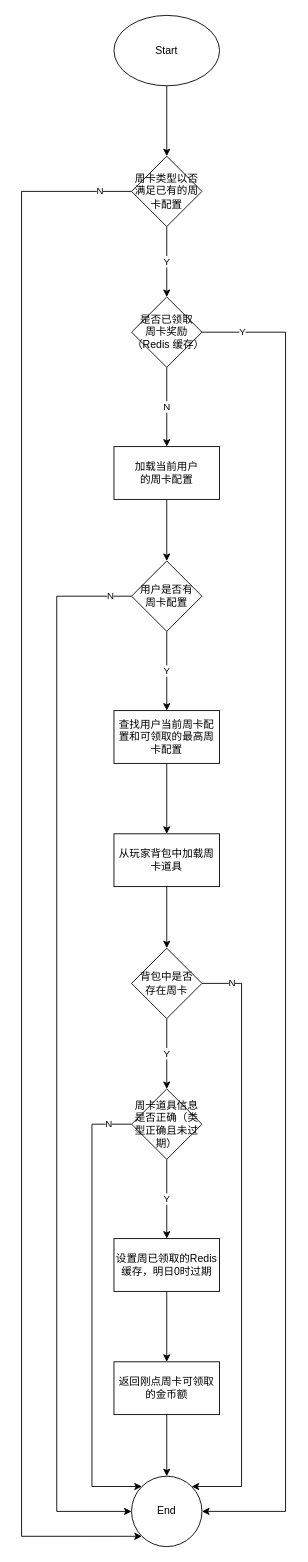
Above: week_card_acquired_reward.drawio in kidozhaoz/drawio-libs (draw.io), before the change. Source tidied: cells renumbered, new cells numbered last; positions are measured from the earlier drawing's top-left corner, leaving out a move shared by most shapes. Both pictures are drawn from the tidied source at 88%, with x=0, y=0 at pixel (21, 15).
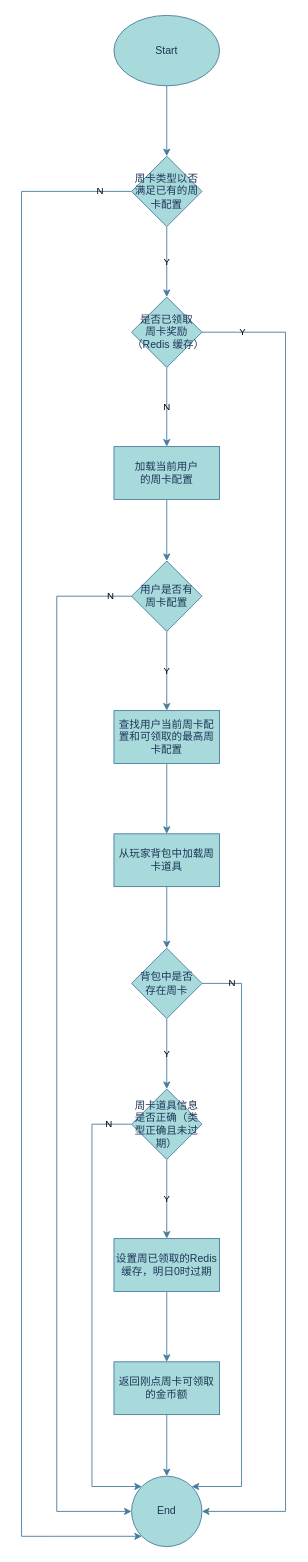
Above is the later version.

The edit, as a diff of the source:
```diff
@@
-    <mxCell id="2" style="edgeStyle=orthogonalEdgeStyle;rounded=0;jettySize=auto;html=1;" parent="1" edge="1" source="3" target="6">
+    <mxCell id="2" style="edgeStyle=orthogonalEdgeStyle;rounded=0;jettySize=auto;html=1;labelBackgroundColor=none;strokeColor=#457B9D;fontColor=default;" parent="1" edge="1" source="3" target="6">
       <mxGeometry relative="1" as="geometry" />
     </mxCell>
-    <mxCell id="3" value="Start" style="ellipse;whiteSpace=wrap;html=1;" parent="1" vertex="1">
+    <mxCell id="3" value="Start" style="ellipse;whiteSpace=wrap;html=1;labelBackgroundColor=none;fillColor=#A8DADC;strokeColor=#457B9D;fontColor=#1D3557;" parent="1" vertex="1">
       <mxGeometry x="105" width="120" height="80" as="geometry" />
     </mxCell>
-    <mxCell id="4" value="Y" style="edgeStyle=orthogonalEdgeStyle;rounded=0;jettySize=auto;html=1;" parent="1" edge="1" source="6" target="9">
+    <mxCell id="4" value="Y" style="edgeStyle=orthogonalEdgeStyle;rounded=0;jettySize=auto;html=1;labelBackgroundColor=none;strokeColor=#457B9D;fontColor=default;" parent="1" edge="1" source="6" target="9">
       <mxGeometry relative="1" as="geometry" />
     </mxCell>
-    <mxCell id="5" value="N" style="edgeStyle=orthogonalEdgeStyle;rounded=0;jettySize=auto;html=1;entryX=0;entryY=1;entryDx=0;entryDy=0;" parent="1" edge="1" source="6" target="29">
+    <mxCell id="5" value="N" style="edgeStyle=orthogonalEdgeStyle;rounded=0;jettySize=auto;html=1;entryX=0;entryY=1;entryDx=0;entryDy=0;labelBackgroundColor=none;strokeColor=#457B9D;fontColor=default;" parent="1" edge="1" source="6" target="29">
       <mxGeometry x="-0.96" relative="1" as="geometry">
         <Array as="points">
           <mxPoint y="200" />
           <mxPoint y="1728" />
         </Array>
       </mxGeometry>
     </mxCell>
-    <mxCell id="6" value="周卡类型以否满足已有的周卡配置" style="rhombus;whiteSpace=wrap;html=1;" parent="1" vertex="1">
+    <mxCell id="6" value="周卡类型以否满足已有的周卡配置" style="rhombus;whiteSpace=wrap;html=1;labelBackgroundColor=none;fillColor=#A8DADC;strokeColor=#457B9D;fontColor=#1D3557;" parent="1" vertex="1">
       <mxGeometry x="125" y="160" width="80" height="80" as="geometry" />
     </mxCell>
-    <mxCell id="7" value="N" style="edgeStyle=orthogonalEdgeStyle;rounded=0;jettySize=auto;html=1;" parent="1" edge="1" source="9" target="11">
+    <mxCell id="7" value="N" style="edgeStyle=orthogonalEdgeStyle;rounded=0;jettySize=auto;html=1;labelBackgroundColor=none;strokeColor=#457B9D;fontColor=default;" parent="1" edge="1" source="9" target="11">
       <mxGeometry relative="1" as="geometry" />
     </mxCell>
-    <mxCell id="8" value="Y" style="edgeStyle=orthogonalEdgeStyle;rounded=0;jettySize=auto;html=1;entryX=1;entryY=0.5;entryDx=0;entryDy=0;" parent="1" edge="1" source="9" target="29">
+    <mxCell id="8" value="Y" style="edgeStyle=orthogonalEdgeStyle;rounded=0;jettySize=auto;html=1;entryX=1;entryY=0.5;entryDx=0;entryDy=0;labelBackgroundColor=none;strokeColor=#457B9D;fontColor=default;" parent="1" edge="1" source="9" target="29">
       <mxGeometry x="-0.94" relative="1" as="geometry">
         <Array as="points">
           <mxPoint x="300" y="360" />
           <mxPoint x="300" y="1700" />
         </Array>
       </mxGeometry>
     </mxCell>
-    <mxCell id="9" value="是否已领取&lt;br&gt;周卡奖励（Redis 缓存）" style="rhombus;whiteSpace=wrap;html=1;" parent="1" vertex="1">
+    <mxCell id="9" value="是否已领取&lt;br&gt;周卡奖励（Redis 缓存）" style="rhombus;whiteSpace=wrap;html=1;labelBackgroundColor=none;fillColor=#A8DADC;strokeColor=#457B9D;fontColor=#1D3557;" parent="1" vertex="1">
       <mxGeometry x="125" y="320" width="80" height="80" as="geometry" />
     </mxCell>
-    <mxCell id="10" style="edgeStyle=orthogonalEdgeStyle;rounded=0;jettySize=auto;html=1;" parent="1" edge="1" source="11" target="14">
+    <mxCell id="10" style="edgeStyle=orthogonalEdgeStyle;rounded=0;jettySize=auto;html=1;labelBackgroundColor=none;strokeColor=#457B9D;fontColor=default;" parent="1" edge="1" source="11" target="14">
       <mxGeometry relative="1" as="geometry" />
     </mxCell>
-    <mxCell id="11" value="加载当前用户&lt;br&gt;的周卡配置" style="whiteSpace=wrap;html=1;" parent="1" vertex="1">
+    <mxCell id="11" value="加载当前用户&lt;br&gt;的周卡配置" style="whiteSpace=wrap;html=1;labelBackgroundColor=none;fillColor=#A8DADC;strokeColor=#457B9D;fontColor=#1D3557;" parent="1" vertex="1">
       <mxGeometry x="105" y="490" width="120" height="60" as="geometry" />
     </mxCell>
-    <mxCell id="12" value="Y" style="edgeStyle=orthogonalEdgeStyle;rounded=0;jettySize=auto;html=1;" parent="1" edge="1" source="14" target="16">
+    <mxCell id="12" value="Y" style="edgeStyle=orthogonalEdgeStyle;rounded=0;jettySize=auto;html=1;labelBackgroundColor=none;strokeColor=#457B9D;fontColor=default;" parent="1" edge="1" source="14" target="16">
       <mxGeometry relative="1" as="geometry" />
     </mxCell>
-    <mxCell id="13" value="N" style="edgeStyle=orthogonalEdgeStyle;rounded=0;jettySize=auto;html=1;entryX=0;entryY=0.5;entryDx=0;entryDy=0;" parent="1" edge="1" source="14" target="29">
+    <mxCell id="13" value="N" style="edgeStyle=orthogonalEdgeStyle;rounded=0;jettySize=auto;html=1;entryX=0;entryY=0.5;entryDx=0;entryDy=0;labelBackgroundColor=none;strokeColor=#457B9D;fontColor=default;" parent="1" edge="1" source="14" target="29">
       <mxGeometry x="-0.96" relative="1" as="geometry">
         <Array as="points">
           <mxPoint x="40" y="660" />
           <mxPoint x="40" y="1700" />
         </Array>
       </mxGeometry>
     </mxCell>
-    <mxCell id="14" value="用户是否有&lt;br&gt;周卡配置" style="rhombus;whiteSpace=wrap;html=1;" parent="1" vertex="1">
+    <mxCell id="14" value="用户是否有&lt;br&gt;周卡配置" style="rhombus;whiteSpace=wrap;html=1;labelBackgroundColor=none;fillColor=#A8DADC;strokeColor=#457B9D;fontColor=#1D3557;" parent="1" vertex="1">
       <mxGeometry x="125" y="620" width="80" height="80" as="geometry" />
     </mxCell>
-    <mxCell id="15" style="edgeStyle=orthogonalEdgeStyle;rounded=0;jettySize=auto;html=1;" parent="1" edge="1" source="16" target="18">
+    <mxCell id="15" style="edgeStyle=orthogonalEdgeStyle;rounded=0;jettySize=auto;html=1;labelBackgroundColor=none;strokeColor=#457B9D;fontColor=default;" parent="1" edge="1" source="16" target="18">
       <mxGeometry relative="1" as="geometry" />
     </mxCell>
-    <mxCell id="16" value="查找用户当前周卡配置和可领取的最高周卡配置" style="whiteSpace=wrap;html=1;" parent="1" vertex="1">
+    <mxCell id="16" value="查找用户当前周卡配置和可领取的最高周卡配置" style="whiteSpace=wrap;html=1;labelBackgroundColor=none;fillColor=#A8DADC;strokeColor=#457B9D;fontColor=#1D3557;" parent="1" vertex="1">
       <mxGeometry x="105" y="790" width="120" height="60" as="geometry" />
     </mxCell>
-    <mxCell id="17" style="edgeStyle=orthogonalEdgeStyle;rounded=0;jettySize=auto;html=1;" parent="1" edge="1" source="18" target="21">
+    <mxCell id="17" style="edgeStyle=orthogonalEdgeStyle;rounded=0;jettySize=auto;html=1;labelBackgroundColor=none;strokeColor=#457B9D;fontColor=default;" parent="1" edge="1" source="18" target="21">
       <mxGeometry relative="1" as="geometry" />
     </mxCell>
-    <mxCell id="18" value="从玩家背包中加载周卡道具" style="whiteSpace=wrap;html=1;" parent="1" vertex="1">
+    <mxCell id="18" value="从玩家背包中加载周卡道具" style="whiteSpace=wrap;html=1;labelBackgroundColor=none;fillColor=#A8DADC;strokeColor=#457B9D;fontColor=#1D3557;" parent="1" vertex="1">
       <mxGeometry x="105" y="930" width="120" height="60" as="geometry" />
     </mxCell>
-    <mxCell id="19" value="Y" style="edgeStyle=orthogonalEdgeStyle;rounded=0;jettySize=auto;html=1;" parent="1" edge="1" source="21" target="24">
+    <mxCell id="19" value="Y" style="edgeStyle=orthogonalEdgeStyle;rounded=0;jettySize=auto;html=1;labelBackgroundColor=none;strokeColor=#457B9D;fontColor=default;" parent="1" edge="1" source="21" target="24">
       <mxGeometry relative="1" as="geometry" />
     </mxCell>
-    <mxCell id="20" value="N" style="edgeStyle=orthogonalEdgeStyle;rounded=0;jettySize=auto;html=1;entryX=1;entryY=0;entryDx=0;entryDy=0;" parent="1" edge="1" source="21" target="29">
+    <mxCell id="20" value="N" style="edgeStyle=orthogonalEdgeStyle;rounded=0;jettySize=auto;html=1;entryX=1;entryY=0;entryDx=0;entryDy=0;labelBackgroundColor=none;strokeColor=#457B9D;fontColor=default;" parent="1" edge="1" source="21" target="29">
       <mxGeometry x="-0.9" relative="1" as="geometry">
         <Array as="points">
           <mxPoint x="250" y="1100" />
           <mxPoint x="250" y="1672" />
         </Array>
       </mxGeometry>
     </mxCell>
-    <mxCell id="21" value="背包中是否&lt;br&gt;存在周卡" style="rhombus;whiteSpace=wrap;html=1;" parent="1" vertex="1">
+    <mxCell id="21" value="背包中是否&lt;br&gt;存在周卡" style="rhombus;whiteSpace=wrap;html=1;labelBackgroundColor=none;fillColor=#A8DADC;strokeColor=#457B9D;fontColor=#1D3557;" parent="1" vertex="1">
       <mxGeometry x="125" y="1060" width="80" height="80" as="geometry" />
     </mxCell>
-    <mxCell id="22" value="Y" style="edgeStyle=orthogonalEdgeStyle;rounded=0;jettySize=auto;html=1;" parent="1" edge="1" source="24" target="26">
+    <mxCell id="22" value="Y" style="edgeStyle=orthogonalEdgeStyle;rounded=0;jettySize=auto;html=1;labelBackgroundColor=none;strokeColor=#457B9D;fontColor=default;" parent="1" edge="1" source="24" target="26">
       <mxGeometry relative="1" as="geometry" />
     </mxCell>
-    <mxCell id="23" value="N" style="edgeStyle=orthogonalEdgeStyle;rounded=0;jettySize=auto;html=1;entryX=0;entryY=0;entryDx=0;entryDy=0;" parent="1" edge="1" source="24" target="29">
+    <mxCell id="23" value="N" style="edgeStyle=orthogonalEdgeStyle;rounded=0;jettySize=auto;html=1;entryX=0;entryY=0;entryDx=0;entryDy=0;labelBackgroundColor=none;strokeColor=#457B9D;fontColor=default;" parent="1" edge="1" source="24" target="29">
       <mxGeometry x="-0.9" relative="1" as="geometry">
         <Array as="points">
           <mxPoint x="80" y="1260" />
           <mxPoint x="80" y="1672" />
         </Array>
       </mxGeometry>
     </mxCell>
-    <mxCell id="24" value="周卡道具信息是否正确（类型正确且未过期）" style="rhombus;whiteSpace=wrap;html=1;" parent="1" vertex="1">
+    <mxCell id="24" value="周卡道具信息是否正确（类型正确且未过期）" style="rhombus;whiteSpace=wrap;html=1;labelBackgroundColor=none;fillColor=#A8DADC;strokeColor=#457B9D;fontColor=#1D3557;" parent="1" vertex="1">
       <mxGeometry x="125" y="1220" width="80" height="80" as="geometry" />
     </mxCell>
-    <mxCell id="25" style="edgeStyle=orthogonalEdgeStyle;rounded=0;jettySize=auto;html=1;" parent="1" edge="1" source="26" target="28">
+    <mxCell id="25" style="edgeStyle=orthogonalEdgeStyle;rounded=0;jettySize=auto;html=1;labelBackgroundColor=none;strokeColor=#457B9D;fontColor=default;" parent="1" edge="1" source="26" target="28">
       <mxGeometry relative="1" as="geometry" />
     </mxCell>
-    <mxCell id="26" value="设置周已领取的Redis缓存，明日0时过期" style="whiteSpace=wrap;html=1;" parent="1" vertex="1">
+    <mxCell id="26" value="设置周已领取的Redis缓存，明日0时过期" style="whiteSpace=wrap;html=1;labelBackgroundColor=none;fillColor=#A8DADC;strokeColor=#457B9D;fontColor=#1D3557;" parent="1" vertex="1">
       <mxGeometry x="105" y="1390" width="120" height="60" as="geometry" />
     </mxCell>
-    <mxCell id="27" style="edgeStyle=orthogonalEdgeStyle;rounded=0;jettySize=auto;html=1;" parent="1" edge="1" source="28" target="29">
+    <mxCell id="27" style="edgeStyle=orthogonalEdgeStyle;rounded=0;jettySize=auto;html=1;labelBackgroundColor=none;strokeColor=#457B9D;fontColor=default;" parent="1" edge="1" source="28" target="29">
       <mxGeometry relative="1" as="geometry" />
     </mxCell>
-    <mxCell id="28" value="返回刚点周卡可领取的金币额" style="whiteSpace=wrap;html=1;" parent="1" vertex="1">
+    <mxCell id="28" value="返回刚点周卡可领取的金币额" style="whiteSpace=wrap;html=1;labelBackgroundColor=none;fillColor=#A8DADC;strokeColor=#457B9D;fontColor=#1D3557;" parent="1" vertex="1">
       <mxGeometry x="105" y="1530" width="120" height="60" as="geometry" />
     </mxCell>
-    <mxCell id="29" value="End" style="ellipse;whiteSpace=wrap;html=1;" parent="1" vertex="1">
+    <mxCell id="29" value="End" style="ellipse;whiteSpace=wrap;html=1;labelBackgroundColor=none;fillColor=#A8DADC;strokeColor=#457B9D;fontColor=#1D3557;" parent="1" vertex="1">
       <mxGeometry x="125" y="1660" width="80" height="80" as="geometry" />
     </mxCell>
```
